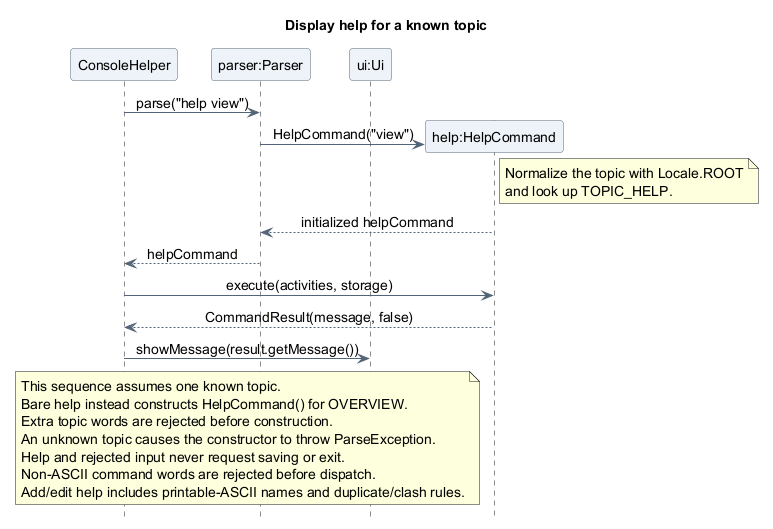
Earlier version of the PlantUML export docs/images/atharva/sequence/TopicHelpSequence.png (AY2627S1-CS2113-T10-4/tp).
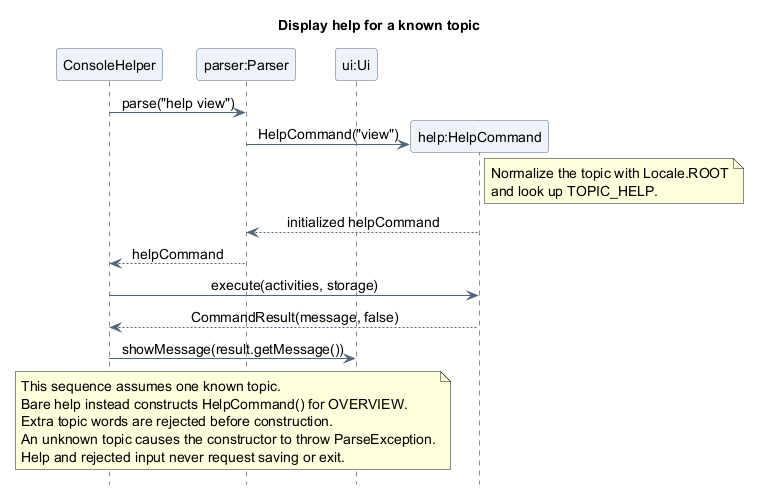
After the change.

Change to the diagram source:
```diff
@@ -33,7 +33,5 @@
   Extra topic words are rejected before construction.
   An unknown topic causes the constructor to throw ParseException.
   Help and rejected input never request saving or exit.
-  Non-ASCII command words are rejected before dispatch.
-  Add/edit help includes printable-ASCII names and duplicate/clash rules.
 end note
 @enduml
```
